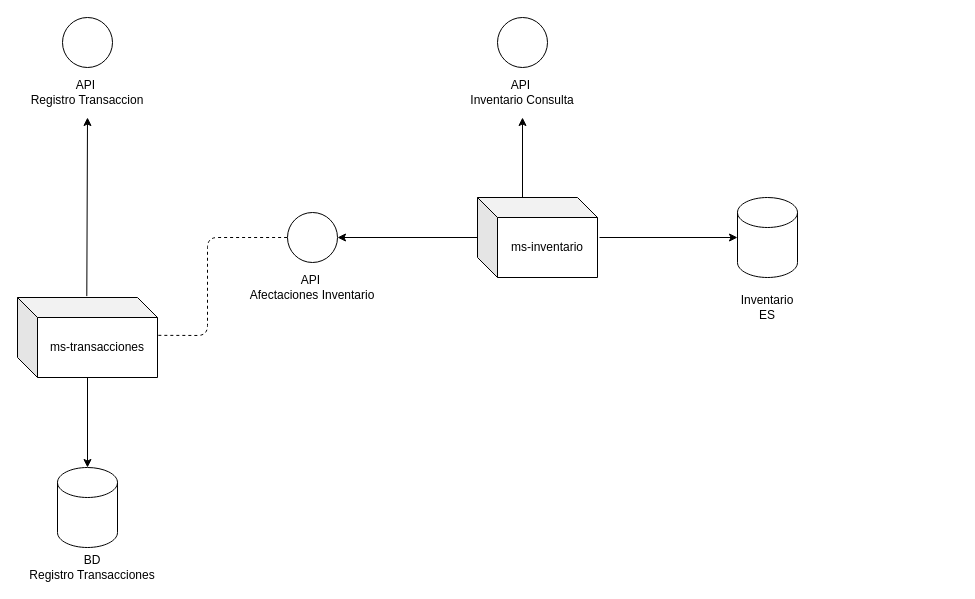
erick12357/pruebaRest keeps this draw.io diagram as Untitled Diagram.drawio. Above is the earlier version. Source tidied: cells renumbered, new cells numbered last; positions are measured from the earlier drawing's top-left corner, leaving out a move shared by most shapes. Both pictures are drawn from the tidied source at 100%, with x=0, y=0 at pixel (17, 17).
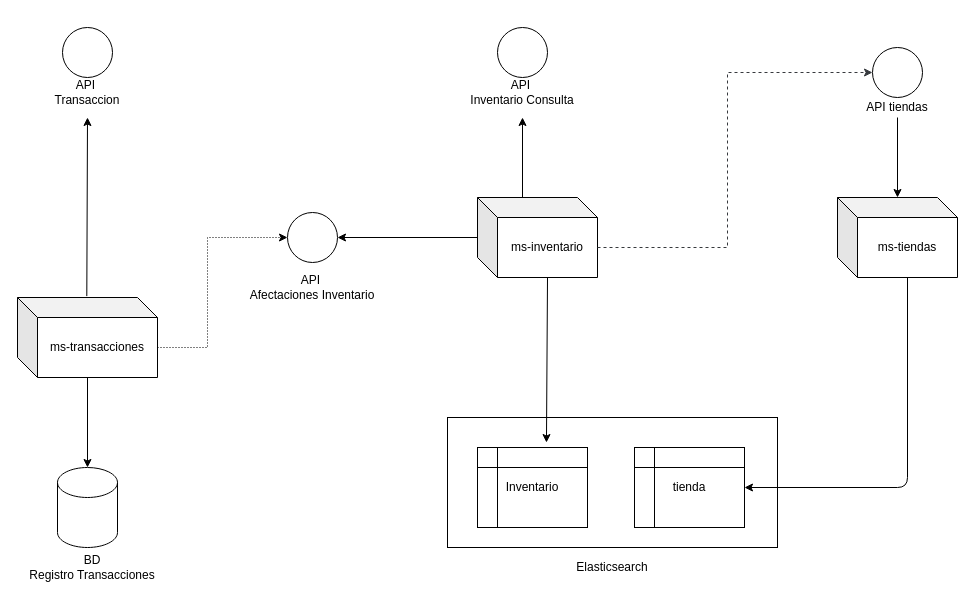
Above is the later version.

The change refers to these unchanged cells:
```xml
<mxCell id="2" value="ms-transacciones" style="shape=cube;whiteSpace=wrap;html=1;boundedLbl=1;backgroundOutline=1;darkOpacity=0.05;darkOpacity2=0.1;" parent="1" vertex="1">
  <mxGeometry y="280" width="140" height="80" as="geometry" />
</mxCell>
<mxCell id="3" value="ms-inventario" style="shape=cube;whiteSpace=wrap;html=1;boundedLbl=1;backgroundOutline=1;darkOpacity=0.05;darkOpacity2=0.1;" parent="1" vertex="1">
  <mxGeometry x="460" y="180" width="120" height="80" as="geometry" />
</mxCell>
<mxCell id="7" style="ellipse;whiteSpace=wrap;html=1;" parent="1" vertex="1">
  <mxGeometry x="270" y="195" width="50" height="50" as="geometry" />
</mxCell>
```

Diff of the diagram source:
```diff
@@
     <mxCell id="5" style="ellipse;whiteSpace=wrap;html=1;" parent="1" vertex="1">
-      <mxGeometry x="480" width="50" height="50" as="geometry" />
+      <mxGeometry x="480" y="10" width="50" height="50" as="geometry" />
     </mxCell>
@@
     <mxCell id="8" style="ellipse;whiteSpace=wrap;html=1;" parent="1" vertex="1">
-      <mxGeometry x="45" width="50" height="50" as="geometry" />
+      <mxGeometry x="45" y="10" width="50" height="50" as="geometry" />
     </mxCell>
@@
-    <mxCell id="11" value="API&amp;nbsp;&lt;br&gt;Registro Transaccion" style="text;html=1;strokeColor=none;fillColor=none;align=center;verticalAlign=middle;whiteSpace=wrap;rounded=0;" parent="1" vertex="1">
+    <mxCell id="11" value="API&amp;nbsp;&lt;br&gt;Transaccion" style="text;html=1;strokeColor=none;fillColor=none;align=center;verticalAlign=middle;whiteSpace=wrap;rounded=0;" parent="1" vertex="1">
       <mxGeometry x="10" y="50" width="120" height="50" as="geometry" />
     </mxCell>
-    <mxCell id="12" style="endArrow=none;dashed=1;html=1;exitX=1.006;exitY=0.473;exitDx=0;exitDy=0;exitPerimeter=0;entryX=0;entryY=0.5;entryDx=0;entryDy=0;" parent="1" edge="1" source="2" target="7">
-      <mxGeometry relative="1" as="geometry">
-        <Array as="points">
-          <mxPoint x="190" y="318" />
-          <mxPoint x="190" y="220" />
-        </Array>
-      </mxGeometry>
-    </mxCell>
@@
-    <mxCell id="14" style="shape=cylinder3;whiteSpace=wrap;html=1;boundedLbl=1;backgroundOutline=1;size=15;" parent="1" vertex="1">
-      <mxGeometry x="720" y="180" width="60" height="80" as="geometry" />
-    </mxCell>
-    <mxCell id="15" value="Inventario&lt;br&gt;ES" style="text;html=1;strokeColor=none;fillColor=none;align=center;verticalAlign=middle;whiteSpace=wrap;rounded=0;" parent="1" vertex="1">
-      <mxGeometry x="710" y="270" width="80" height="40" as="geometry" />
-    </mxCell>
-    <mxCell id="16" style="endArrow=classic;html=1;entryX=0;entryY=0.5;entryDx=0;entryDy=0;entryPerimeter=0;" parent="1" edge="1" target="14">
-      <mxGeometry relative="1" as="geometry">
-        <mxPoint x="582" y="220" as="sourcePoint" />
-      </mxGeometry>
-    </mxCell>
@@
+    <mxCell id="20" value="Inventario" style="shape=internalStorage;whiteSpace=wrap;html=1;backgroundOutline=1;strokeColor=#000000;fillColor=none;gradientColor=#ffffff;" parent="1" vertex="1">
+      <mxGeometry x="460" y="430" width="110" height="80" as="geometry" />
+    </mxCell>
+    <mxCell id="21" value="tienda" style="shape=internalStorage;whiteSpace=wrap;html=1;backgroundOutline=1;strokeColor=#000000;fillColor=none;gradientColor=#ffffff;" parent="1" vertex="1">
+      <mxGeometry x="617" y="430" width="110" height="80" as="geometry" />
+    </mxCell>
+    <mxCell id="22" style="endArrow=classic;html=1;exitX=0;exitY=0;exitDx=70;exitDy=80;exitPerimeter=0;entryX=0.627;entryY=-0.062;entryDx=0;entryDy=0;entryPerimeter=0;" parent="1" edge="1" source="3" target="20">
+      <mxGeometry relative="1" as="geometry" />
+    </mxCell>
+    <mxCell id="23" value="ms-tiendas" style="shape=cube;whiteSpace=wrap;html=1;boundedLbl=1;backgroundOutline=1;darkOpacity=0.05;darkOpacity2=0.1;" parent="1" vertex="1">
+      <mxGeometry x="820" y="180" width="120" height="80" as="geometry" />
+    </mxCell>
+    <mxCell id="24" style="endArrow=classic;html=1;entryX=1;entryY=0.5;entryDx=0;entryDy=0;exitX=0;exitY=0;exitDx=70;exitDy=80;exitPerimeter=0;" parent="1" edge="1" source="23" target="21">
+      <mxGeometry relative="1" as="geometry">
+        <Array as="points">
+          <mxPoint x="890" y="470" />
+        </Array>
+      </mxGeometry>
+    </mxCell>
+    <mxCell id="25" style="rounded=0;whiteSpace=wrap;html=1;strokeColor=#000000;fillColor=none;gradientColor=#ffffff;" parent="1" vertex="1">
+      <mxGeometry x="430" y="400" width="330" height="130" as="geometry" />
+    </mxCell>
+    <mxCell id="26" value="Elasticsearch" style="text;html=1;strokeColor=none;fillColor=none;align=center;verticalAlign=middle;whiteSpace=wrap;rounded=0;" parent="1" vertex="1">
+      <mxGeometry x="545" y="540" width="100" height="20" as="geometry" />
+    </mxCell>
+    <mxCell id="27" style="edgeStyle=orthogonalEdgeStyle;rounded=0;jettySize=auto;html=1;" parent="1" edge="1" source="28" target="23">
+      <mxGeometry relative="1" as="geometry" />
+    </mxCell>
+    <mxCell id="28" value="API tiendas" style="text;html=1;strokeColor=none;fillColor=none;align=center;verticalAlign=middle;whiteSpace=wrap;rounded=0;" parent="1" vertex="1">
+      <mxGeometry x="840" y="80" width="80" height="20" as="geometry" />
+    </mxCell>
+    <mxCell id="29" style="ellipse;whiteSpace=wrap;html=1;" parent="1" vertex="1">
+      <mxGeometry x="855" y="30" width="50" height="50" as="geometry" />
+    </mxCell>
+    <mxCell id="30" style="endArrow=classic;html=1;exitX=0;exitY=0;exitDx=120;exitDy=50;exitPerimeter=0;entryX=0;entryY=0.5;entryDx=0;entryDy=0;rounded=0;fillColor=#eeeeee;strokeColor=#36393d;dashed=1;" parent="1" edge="1" source="3" target="29">
+      <mxGeometry relative="1" as="geometry">
+        <Array as="points">
+          <mxPoint x="710" y="230" />
+          <mxPoint x="710" y="55" />
+        </Array>
+      </mxGeometry>
+    </mxCell>
+    <mxCell id="12" style="endArrow=classic;html=1;exitX=0;exitY=0;exitDx=140;exitDy=50;exitPerimeter=0;entryX=0;entryY=0.5;entryDx=0;entryDy=0;rounded=0;dashed=1;dashPattern=1 2;" parent="1" edge="1" source="2" target="7">
+      <mxGeometry relative="1" as="geometry">
+        <Array as="points">
+          <mxPoint x="190" y="330" />
+          <mxPoint x="190" y="220" />
+        </Array>
+      </mxGeometry>
+    </mxCell>
```
